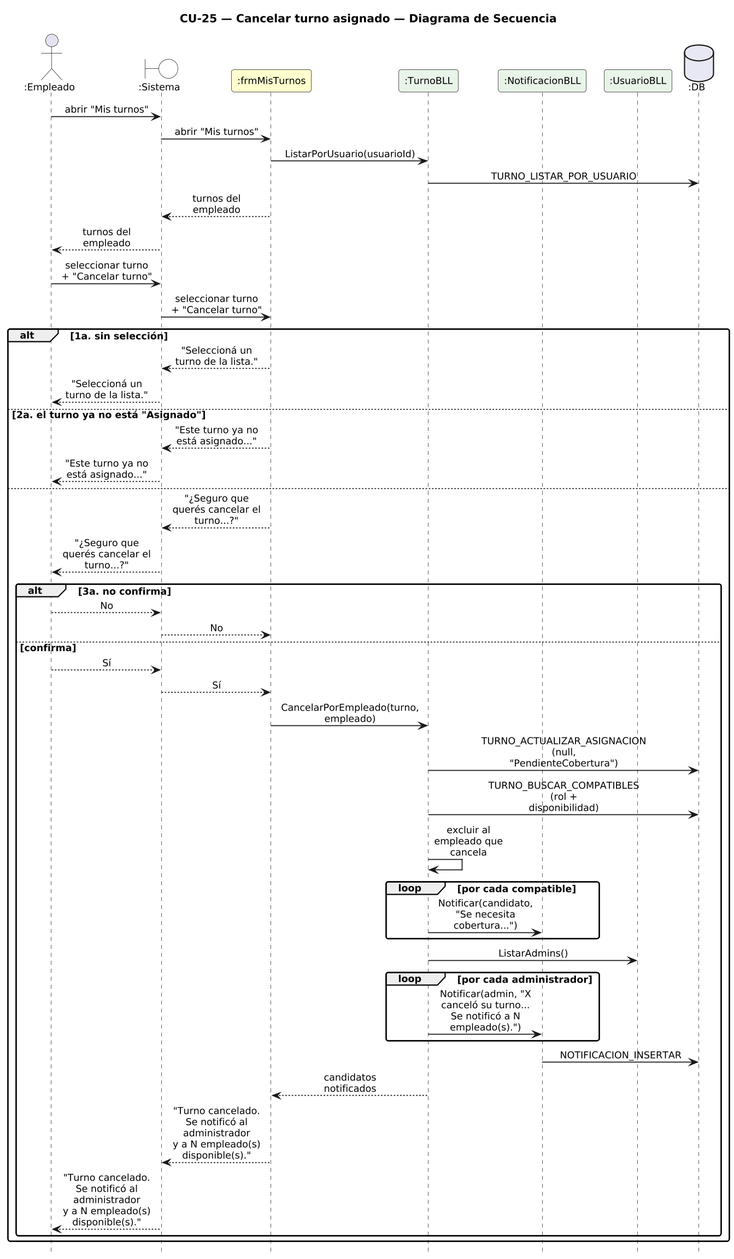
The PlantUML diagram DIAGRAMAS/DiagramaSecuencia_CU25_CancelarTurno.png in Urrels/ingenieria_software, before a commit. The source it was exported from:
```plantuml
@startuml DiagramaSecuencia_CU25_CancelarTurno

title CU-25 — Cancelar turno asignado — Diagrama de Secuencia

skinparam shadowing false
skinparam roundcorner 6
skinparam sequenceArrowThickness 1.2
skinparam ParticipantPadding 6
skinparam BoxPadding 4
skinparam maxMessageSize 115
skinparam sequenceMessageAlign center
skinparam defaultFontSize 12
skinparam dpi 140
hide footbox

actor ":Empleado" as E
boundary ":Sistema" as SYS #FFFFFF
participant ":frmMisTurnos" as F #FEFECE
participant ":TurnoBLL" as T #E8F4E8
participant ":NotificacionBLL" as N #E8F4E8
participant ":UsuarioBLL" as UB #E8F4E8
database ":DB" as DB #E8E8F4

E -> SYS : abrir "Mis turnos"
SYS -> F : abrir "Mis turnos"
F -> T : ListarPorUsuario(usuarioId)
T -> DB : TURNO_LISTAR_POR_USUARIO
F --> SYS : turnos del empleado
SYS --> E : turnos del empleado
E -> SYS : seleccionar turno + "Cancelar turno"
SYS -> F : seleccionar turno + "Cancelar turno"
alt 1a. sin selección
  F --> SYS : "Seleccioná un turno de la lista."
  SYS --> E : "Seleccioná un turno de la lista."
else 2a. el turno ya no está "Asignado"
  F --> SYS : "Este turno ya no está asignado..."
  SYS --> E : "Este turno ya no está asignado..."
else
  F --> SYS : "¿Seguro que querés cancelar el turno...?"
  SYS --> E : "¿Seguro que querés cancelar el turno...?"
  alt 3a. no confirma
    E --> SYS : No
    SYS --> F : No
  else confirma
    E --> SYS : Sí
    SYS --> F : Sí
    F -> T : CancelarPorEmpleado(turno, empleado)
    T -> DB : TURNO_ACTUALIZAR_ASIGNACION (null, "PendienteCobertura")
    T -> DB : TURNO_BUSCAR_COMPATIBLES\n(rol + disponibilidad)
    T -> T : excluir al empleado que cancela
    loop por cada compatible
      T -> N : Notificar(candidato, "Se necesita cobertura...")
    end
    T -> UB : ListarAdmins()
    loop por cada administrador
      T -> N : Notificar(admin, "X canceló su turno...\nSe notificó a N empleado(s).")
    end
    N -> DB : NOTIFICACION_INSERTAR
    T --> F : candidatos notificados
    F --> SYS : "Turno cancelado. Se notificó al administrador\ny a N empleado(s) disponible(s)."
    SYS --> E : "Turno cancelado. Se notificó al administrador\ny a N empleado(s) disponible(s)."
  end
end

@enduml
```
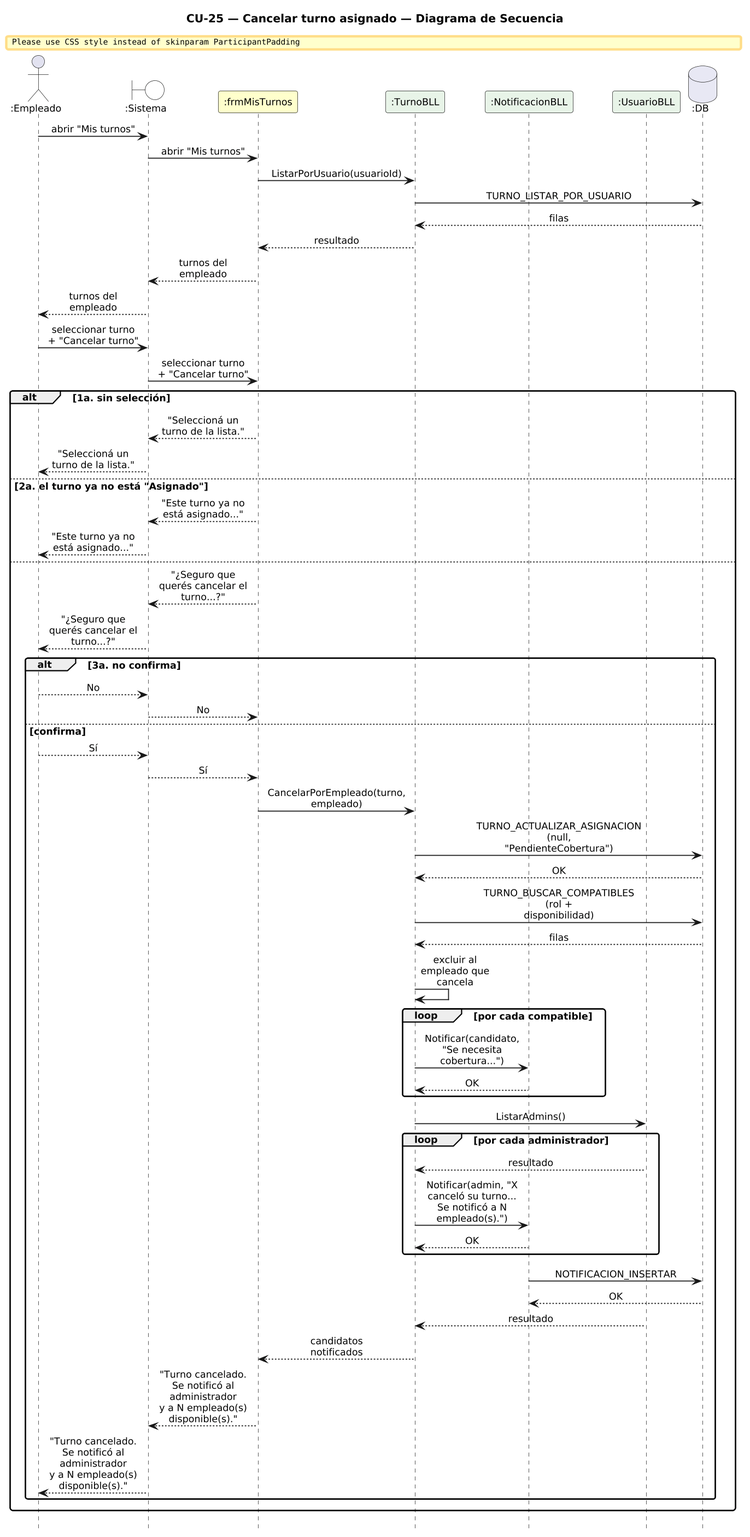
The same diagram one commit later.

Diff of the diagram source:
```diff
@@ -25,6 +25,8 @@
 SYS -> F : abrir "Mis turnos"
 F -> T : ListarPorUsuario(usuarioId)
 T -> DB : TURNO_LISTAR_POR_USUARIO
+DB --> T : filas
+T --> F : resultado
 F --> SYS : turnos del empleado
 SYS --> E : turnos del empleado
 E -> SYS : seleccionar turno + "Cancelar turno"
@@ -46,16 +48,23 @@
     SYS --> F : Sí
     F -> T : CancelarPorEmpleado(turno, empleado)
     T -> DB : TURNO_ACTUALIZAR_ASIGNACION (null, "PendienteCobertura")
+    DB --> T : OK
     T -> DB : TURNO_BUSCAR_COMPATIBLES\n(rol + disponibilidad)
+    DB --> T : filas
     T -> T : excluir al empleado que cancela
     loop por cada compatible
       T -> N : Notificar(candidato, "Se necesita cobertura...")
+      N --> T : OK
     end
     T -> UB : ListarAdmins()
     loop por cada administrador
+      UB --> T : resultado
       T -> N : Notificar(admin, "X canceló su turno...\nSe notificó a N empleado(s).")
+      N --> T : OK
     end
     N -> DB : NOTIFICACION_INSERTAR
+    DB --> N : OK
+    UB --> T : resultado
     T --> F : candidatos notificados
     F --> SYS : "Turno cancelado. Se notificó al administrador\ny a N empleado(s) disponible(s)."
     SYS --> E : "Turno cancelado. Se notificó al administrador\ny a N empleado(s) disponible(s)."
```
